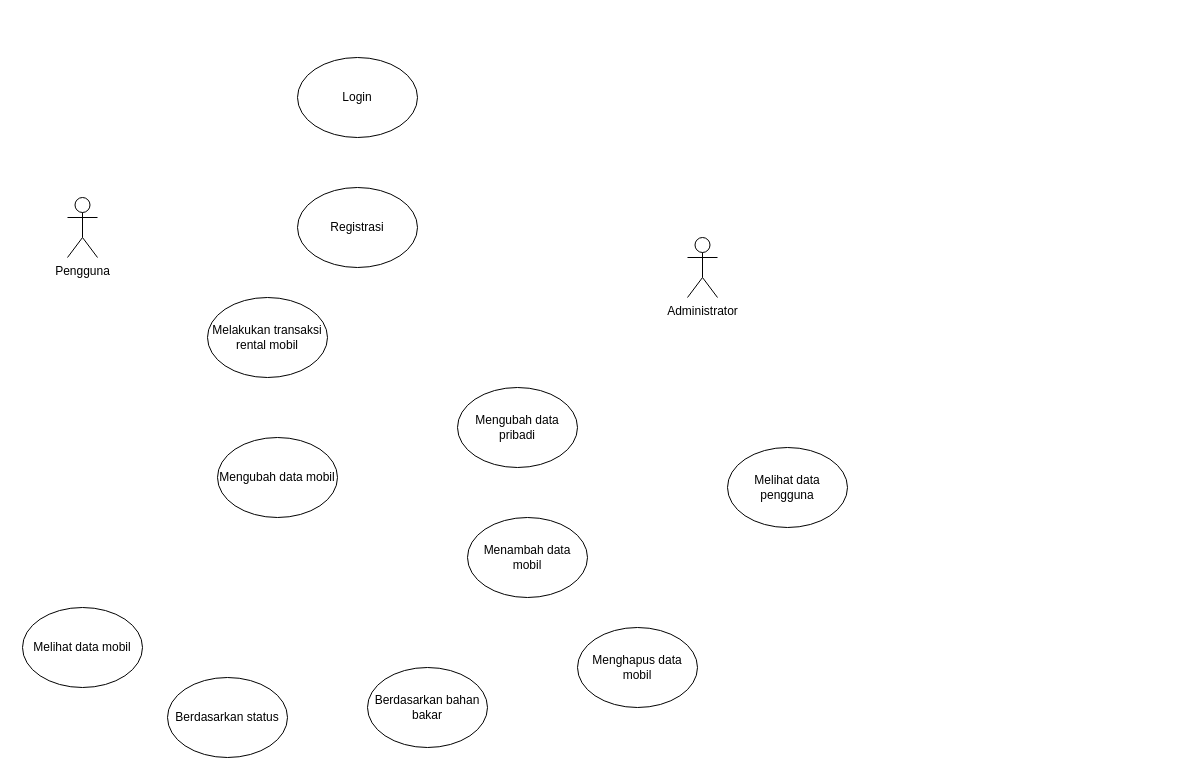
Earlier version of the draw.io diagram UTS.drawio (juanangelaalma/kelompok3_flutter). Source tidied: cells renumbered, new cells numbered last; positions are measured from the earlier drawing's top-left corner, leaving out a move shared by most shapes. Both pictures are drawn from the tidied source at 100%, with x=0, y=0 at pixel (22, 57).
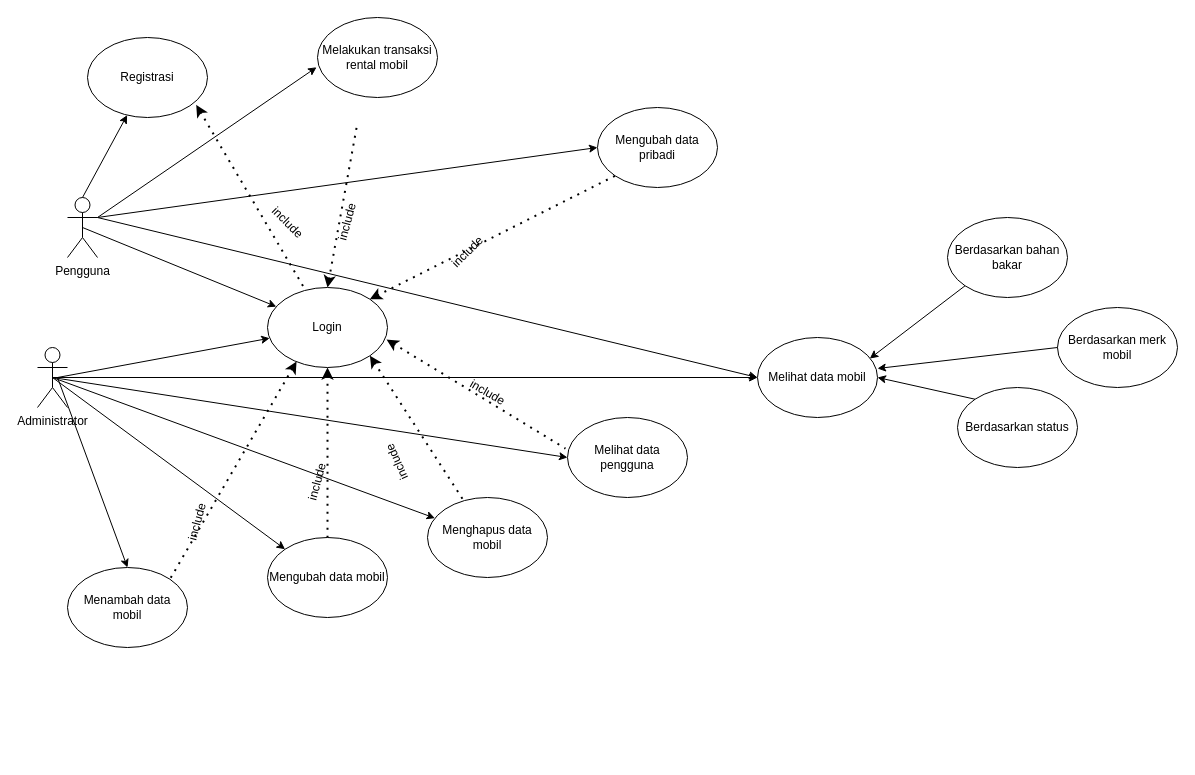
The same page after the edit.

Unchanged cells that the change refers to:
```xml
<mxCell id="2" value="Pengguna" style="shape=umlActor;verticalLabelPosition=bottom;verticalAlign=top;html=1;outlineConnect=0;" parent="1" vertex="1">
  <mxGeometry x="45" y="140" width="30" height="60" as="geometry" />
</mxCell>
```

Diff of the diagram source:
```diff
@@
     <mxCell id="3" value="Administrator" style="shape=umlActor;verticalLabelPosition=bottom;verticalAlign=top;html=1;outlineConnect=0;" parent="1" vertex="1">
-      <mxGeometry x="665" y="180" width="30" height="60" as="geometry" />
+      <mxGeometry x="15" y="290" width="30" height="60" as="geometry" />
     </mxCell>
     <mxCell id="4" value="Login" style="ellipse;whiteSpace=wrap;html=1;" parent="1" vertex="1">
-      <mxGeometry x="275" width="120" height="80" as="geometry" />
+      <mxGeometry x="245" y="230" width="120" height="80" as="geometry" />
     </mxCell>
     <mxCell id="5" value="Registrasi" style="ellipse;whiteSpace=wrap;html=1;" parent="1" vertex="1">
-      <mxGeometry x="275" y="130" width="120" height="80" as="geometry" />
+      <mxGeometry x="65" y="-20" width="120" height="80" as="geometry" />
     </mxCell>
     <mxCell id="6" value="Melakukan transaksi rental mobil" style="ellipse;whiteSpace=wrap;html=1;" parent="1" vertex="1">
-      <mxGeometry x="185" y="240" width="120" height="80" as="geometry" />
+      <mxGeometry x="295" y="-40" width="120" height="80" as="geometry" />
     </mxCell>
     <mxCell id="7" value="Mengubah data mobil" style="ellipse;whiteSpace=wrap;html=1;" parent="1" vertex="1">
-      <mxGeometry x="195" y="380" width="120" height="80" as="geometry" />
+      <mxGeometry x="245" y="480" width="120" height="80" as="geometry" />
     </mxCell>
     <mxCell id="8" value="Mengubah data pribadi" style="ellipse;whiteSpace=wrap;html=1;" parent="1" vertex="1">
-      <mxGeometry x="435" y="330" width="120" height="80" as="geometry" />
+      <mxGeometry x="575" y="50" width="120" height="80" as="geometry" />
     </mxCell>
     <mxCell id="9" value="Menambah data mobil" style="ellipse;whiteSpace=wrap;html=1;" parent="1" vertex="1">
-      <mxGeometry x="445" y="460" width="120" height="80" as="geometry" />
+      <mxGeometry x="45" y="510" width="120" height="80" as="geometry" />
     </mxCell>
     <mxCell id="10" value="Melihat data mobil" style="ellipse;whiteSpace=wrap;html=1;" parent="1" vertex="1">
-      <mxGeometry y="550" width="120" height="80" as="geometry" />
+      <mxGeometry x="735" y="280" width="120" height="80" as="geometry" />
     </mxCell>
     <mxCell id="11" value="Berdasarkan status" style="ellipse;whiteSpace=wrap;html=1;" parent="1" vertex="1">
-      <mxGeometry x="145" y="620" width="120" height="80" as="geometry" />
+      <mxGeometry x="935" y="330" width="120" height="80" as="geometry" />
     </mxCell>
     <mxCell id="12" value="Berdasarkan bahan bakar" style="ellipse;whiteSpace=wrap;html=1;" parent="1" vertex="1">
-      <mxGeometry x="345" y="610" width="120" height="80" as="geometry" />
+      <mxGeometry x="925" y="160" width="120" height="80" as="geometry" />
     </mxCell>
     <mxCell id="13" value="Menghapus data mobil" style="ellipse;whiteSpace=wrap;html=1;" parent="1" vertex="1">
-      <mxGeometry x="555" y="570" width="120" height="80" as="geometry" />
+      <mxGeometry x="405" y="440" width="120" height="80" as="geometry" />
     </mxCell>
     <mxCell id="14" value="Melihat data pengguna" style="ellipse;whiteSpace=wrap;html=1;" parent="1" vertex="1">
-      <mxGeometry x="705" y="390" width="120" height="80" as="geometry" />
+      <mxGeometry x="545" y="360" width="120" height="80" as="geometry" />
     </mxCell>
+    <mxCell id="15" style="endArrow=classic;html=1;rounded=0;exitX=0.5;exitY=0.5;exitDx=0;exitDy=0;exitPerimeter=0;" parent="1" edge="1" source="2" target="4">
+      <mxGeometry relative="1" as="geometry" />
+    </mxCell>
+    <mxCell id="16" style="endArrow=classic;html=1;rounded=0;" parent="1" edge="1" target="4">
+      <mxGeometry relative="1" as="geometry">
+        <mxPoint x="35" y="320" as="sourcePoint" />
+      </mxGeometry>
+    </mxCell>
+    <mxCell id="17" style="endArrow=classic;html=1;rounded=0;entryX=-0.008;entryY=0.622;entryDx=0;entryDy=0;entryPerimeter=0;exitX=1;exitY=0.3333333333333333;exitDx=0;exitDy=0;exitPerimeter=0;" parent="1" edge="1" source="2" target="6">
+      <mxGeometry relative="1" as="geometry" />
+    </mxCell>
+    <mxCell id="18" style="endArrow=none;dashed=1;html=1;dashPattern=1 3;strokeWidth=2;rounded=0;startArrow=classic;startFill=1;exitX=0.5;exitY=0;exitDx=0;exitDy=0;" parent="1" edge="1" source="4">
+      <mxGeometry relative="1" as="geometry">
+        <mxPoint x="335" y="65" as="targetPoint" />
+      </mxGeometry>
+    </mxCell>
+    <mxCell id="19" value="include" style="text;html=1;align=center;verticalAlign=middle;fillColor=none;strokeColor=none;rounded=0;rotation=-75;" parent="1" vertex="1">
+      <mxGeometry x="295" y="150" width="60" height="30" as="geometry" />
+    </mxCell>
+    <mxCell id="20" style="endArrow=classic;html=1;rounded=0;exitX=0.5;exitY=0;exitDx=0;exitDy=0;exitPerimeter=0;" parent="1" edge="1" source="2" target="5">
+      <mxGeometry relative="1" as="geometry" />
+    </mxCell>
+    <mxCell id="21" style="endArrow=none;dashed=1;html=1;dashPattern=1 3;strokeWidth=2;rounded=0;startArrow=classic;startFill=1;exitX=0.906;exitY=0.842;exitDx=0;exitDy=0;exitPerimeter=0;" parent="1" edge="1" source="5" target="4">
+      <mxGeometry relative="1" as="geometry" />
+    </mxCell>
+    <mxCell id="22" value="include" style="text;html=1;align=center;verticalAlign=middle;fillColor=none;strokeColor=none;rounded=0;rotation=45;" parent="1" vertex="1">
+      <mxGeometry x="235" y="150" width="60" height="30" as="geometry" />
+    </mxCell>
+    <mxCell id="23" style="endArrow=classic;html=1;rounded=0;exitX=0.5;exitY=0.5;exitDx=0;exitDy=0;exitPerimeter=0;entryX=0;entryY=0;entryDx=0;entryDy=0;" parent="1" edge="1" source="3" target="7">
+      <mxGeometry relative="1" as="geometry" />
+    </mxCell>
+    <mxCell id="24" style="endArrow=classic;html=1;rounded=0;entryX=0;entryY=0.5;entryDx=0;entryDy=0;" parent="1" edge="1" target="10">
+      <mxGeometry relative="1" as="geometry">
+        <mxPoint x="75" y="160" as="sourcePoint" />
+      </mxGeometry>
+    </mxCell>
+    <mxCell id="25" style="endArrow=classic;html=1;rounded=0;entryX=0.936;entryY=0.263;entryDx=0;entryDy=0;entryPerimeter=0;exitX=0;exitY=1;exitDx=0;exitDy=0;" parent="1" edge="1" source="12" target="10">
+      <mxGeometry relative="1" as="geometry" />
+    </mxCell>
+    <mxCell id="26" style="endArrow=classic;html=1;rounded=0;entryX=1;entryY=0.5;entryDx=0;entryDy=0;exitX=0;exitY=0;exitDx=0;exitDy=0;" parent="1" edge="1" source="11" target="10">
+      <mxGeometry relative="1" as="geometry" />
+    </mxCell>
+    <mxCell id="27" style="endArrow=none;dashed=1;html=1;dashPattern=1 3;strokeWidth=2;rounded=0;startArrow=classic;startFill=1;entryX=0.5;entryY=0;entryDx=0;entryDy=0;exitX=0.5;exitY=1;exitDx=0;exitDy=0;" parent="1" edge="1" source="4" target="7">
+      <mxGeometry relative="1" as="geometry" />
+    </mxCell>
+    <mxCell id="28" value="include" style="text;html=1;align=center;verticalAlign=middle;fillColor=none;strokeColor=none;rounded=0;rotation=-75;" parent="1" vertex="1">
+      <mxGeometry x="265" y="410" width="60" height="30" as="geometry" />
+    </mxCell>
+    <mxCell id="29" style="endArrow=classic;html=1;rounded=0;entryX=0;entryY=0.5;entryDx=0;entryDy=0;" parent="1" edge="1" target="8">
+      <mxGeometry relative="1" as="geometry">
+        <mxPoint x="75" y="160" as="sourcePoint" />
+      </mxGeometry>
+    </mxCell>
+    <mxCell id="30" style="endArrow=none;dashed=1;html=1;dashPattern=1 3;strokeWidth=2;rounded=0;startArrow=classic;startFill=1;exitX=1;exitY=0;exitDx=0;exitDy=0;entryX=0;entryY=1;entryDx=0;entryDy=0;" parent="1" edge="1" source="4" target="8">
+      <mxGeometry relative="1" as="geometry" />
+    </mxCell>
+    <mxCell id="31" value="include" style="text;html=1;align=center;verticalAlign=middle;fillColor=none;strokeColor=none;rounded=0;rotation=-45;" parent="1" vertex="1">
+      <mxGeometry x="415" y="180" width="60" height="30" as="geometry" />
+    </mxCell>
+    <mxCell id="32" style="endArrow=classic;html=1;rounded=0;entryX=0.5;entryY=0;entryDx=0;entryDy=0;" parent="1" edge="1" target="9">
+      <mxGeometry relative="1" as="geometry">
+        <mxPoint x="35" y="320" as="sourcePoint" />
+      </mxGeometry>
+    </mxCell>
+    <mxCell id="33" value="include" style="text;html=1;align=center;verticalAlign=middle;fillColor=none;strokeColor=none;rounded=0;rotation=-75;" parent="1" vertex="1">
+      <mxGeometry x="145" y="450" width="60" height="30" as="geometry" />
+    </mxCell>
+    <mxCell id="34" style="endArrow=none;dashed=1;html=1;dashPattern=1 3;strokeWidth=2;rounded=0;startArrow=classic;startFill=1;entryX=1;entryY=0;entryDx=0;entryDy=0;exitX=0.242;exitY=0.925;exitDx=0;exitDy=0;exitPerimeter=0;" parent="1" edge="1" source="4" target="9">
+      <mxGeometry relative="1" as="geometry" />
+    </mxCell>
+    <mxCell id="35" value="Berdasarkan merk mobil" style="ellipse;whiteSpace=wrap;html=1;" parent="1" vertex="1">
+      <mxGeometry x="1035" y="250" width="120" height="80" as="geometry" />
+    </mxCell>
+    <mxCell id="36" style="endArrow=classic;html=1;rounded=0;exitX=0;exitY=0.5;exitDx=0;exitDy=0;" parent="1" edge="1" source="35">
+      <mxGeometry relative="1" as="geometry">
+        <mxPoint x="855" y="311" as="targetPoint" />
+      </mxGeometry>
+    </mxCell>
+    <mxCell id="37" style="endArrow=classic;html=1;rounded=0;exitX=0.5;exitY=0.5;exitDx=0;exitDy=0;exitPerimeter=0;" parent="1" edge="1" source="3" target="13">
+      <mxGeometry relative="1" as="geometry" />
+    </mxCell>
+    <mxCell id="38" value="include" style="text;html=1;align=center;verticalAlign=middle;fillColor=none;strokeColor=none;rounded=0;rotation=-114;" parent="1" vertex="1">
+      <mxGeometry x="345" y="390" width="60" height="30" as="geometry" />
+    </mxCell>
+    <mxCell id="39" style="endArrow=none;dashed=1;html=1;dashPattern=1 3;strokeWidth=2;rounded=0;startArrow=classic;startFill=1;exitX=1;exitY=1;exitDx=0;exitDy=0;" parent="1" edge="1" source="4" target="13">
+      <mxGeometry relative="1" as="geometry" />
+    </mxCell>
+    <mxCell id="40" style="endArrow=none;dashed=1;html=1;dashPattern=1 3;strokeWidth=2;rounded=0;startArrow=classic;startFill=1;exitX=0.992;exitY=0.65;exitDx=0;exitDy=0;entryX=-0.017;entryY=0.388;entryDx=0;entryDy=0;entryPerimeter=0;exitPerimeter=0;" parent="1" edge="1" source="4" target="14">
+      <mxGeometry relative="1" as="geometry" />
+    </mxCell>
+    <mxCell id="41" value="include" style="text;html=1;align=center;verticalAlign=middle;fillColor=none;strokeColor=none;rounded=0;rotation=30;" parent="1" vertex="1">
+      <mxGeometry x="435" y="320" width="60" height="30" as="geometry" />
+    </mxCell>
+    <mxCell id="42" style="endArrow=classic;html=1;rounded=0;exitX=0.5;exitY=0.5;exitDx=0;exitDy=0;exitPerimeter=0;entryX=0;entryY=0.5;entryDx=0;entryDy=0;" parent="1" edge="1" source="3" target="14">
+      <mxGeometry relative="1" as="geometry" />
+    </mxCell>
+    <mxCell id="43" style="endArrow=classic;html=1;rounded=0;exitX=0.5;exitY=0.5;exitDx=0;exitDy=0;exitPerimeter=0;entryX=0;entryY=0.5;entryDx=0;entryDy=0;" parent="1" edge="1" source="3" target="10">
+      <mxGeometry relative="1" as="geometry" />
+    </mxCell>
```
